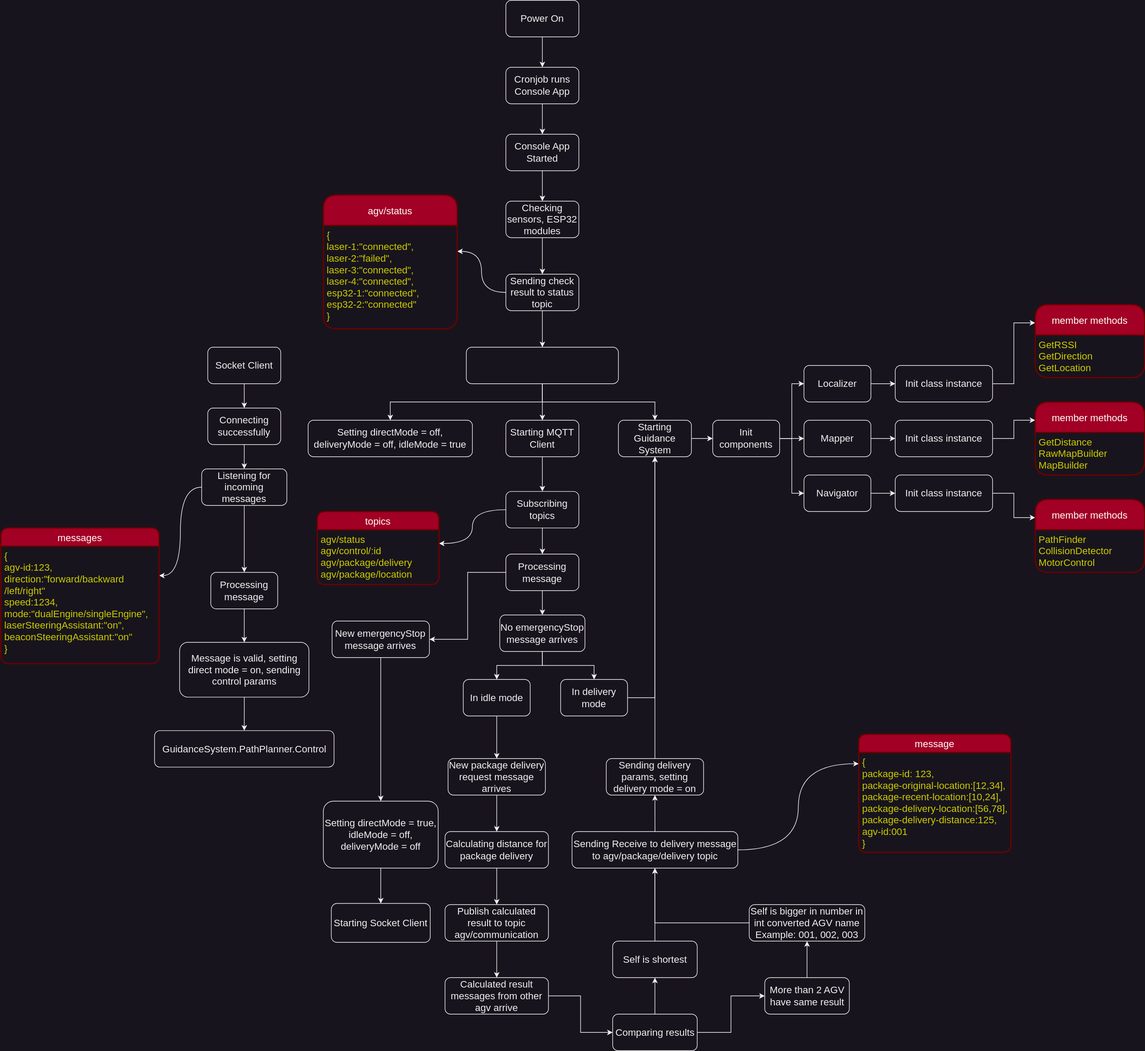
Earlier version of the draw.io export WorkFlows/AGV.svg (kirichain/AGV). Source tidied: cells renumbered, new cells last; positions are measured from the earlier drawing's top-left corner, leaving out a move shared by most shapes.
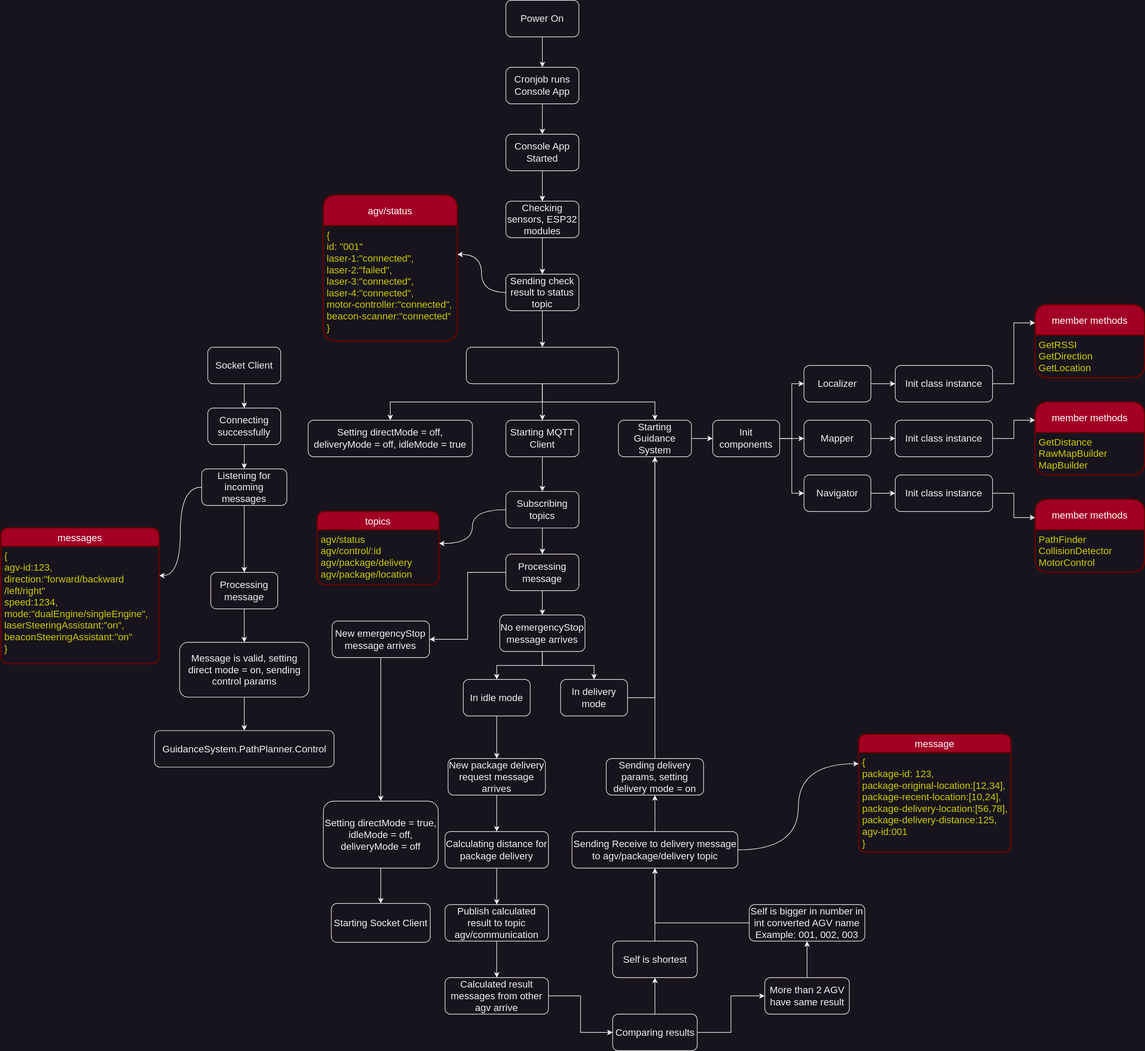
After the commit.

Diff of the diagram source:
```diff
@@ -36,10 +36,10 @@
       <mxGeometry x="830" y="450" width="120" height="60" as="geometry" />
     </mxCell>
     <mxCell id="13" value="agv/status" style="swimlane;horizontal=1;startSize=50;rounded=1;fontSize=16;fontStyle=0;strokeWidth=2;shadow=0;dashed=0;align=center;fillColor=#a20025;fontColor=#ffffff;strokeColor=#6F0000;" parent="1" vertex="1">
-      <mxGeometry x="530" y="320" width="220" height="220" as="geometry" />
+      <mxGeometry x="530" y="320" width="220" height="240" as="geometry" />
     </mxCell>
-    <mxCell id="14" value="{&#10;laser-1:&quot;connected&quot;,&#10;laser-2:&quot;failed&quot;,&#10;laser-3:&quot;connected&quot;,&#10;laser-4:&quot;connected&quot;,&#10;esp32-1:&quot;connected&quot;,&#10;esp32-2:&quot;connected&quot;&#10;}" style="align=left;strokeColor=none;fillColor=none;spacingLeft=4;fontSize=16;verticalAlign=top;fontColor=#CCCC00;" parent="13" vertex="1">
-      <mxGeometry y="50" width="220" height="170" as="geometry" />
+    <mxCell id="14" value="{&#10;id: &quot;001&quot;&#10;laser-1:&quot;connected&quot;,&#10;laser-2:&quot;failed&quot;,&#10;laser-3:&quot;connected&quot;,&#10;laser-4:&quot;connected&quot;,&#10;motor-controller:&quot;connected&quot;,&#10;beacon-scanner:&quot;connected&quot;&#10;}" style="align=left;strokeColor=none;fillColor=none;spacingLeft=4;fontSize=16;verticalAlign=top;fontColor=#CCCC00;" parent="13" vertex="1">
+      <mxGeometry y="50" width="220" height="190" as="geometry" />
     </mxCell>
     <mxCell id="15" style="edgeStyle=orthogonalEdgeStyle;rounded=0;jettySize=auto;html=1;fontSize=16;" parent="1" edge="1" source="18" target="20">
       <mxGeometry relative="1" as="geometry" />
```
